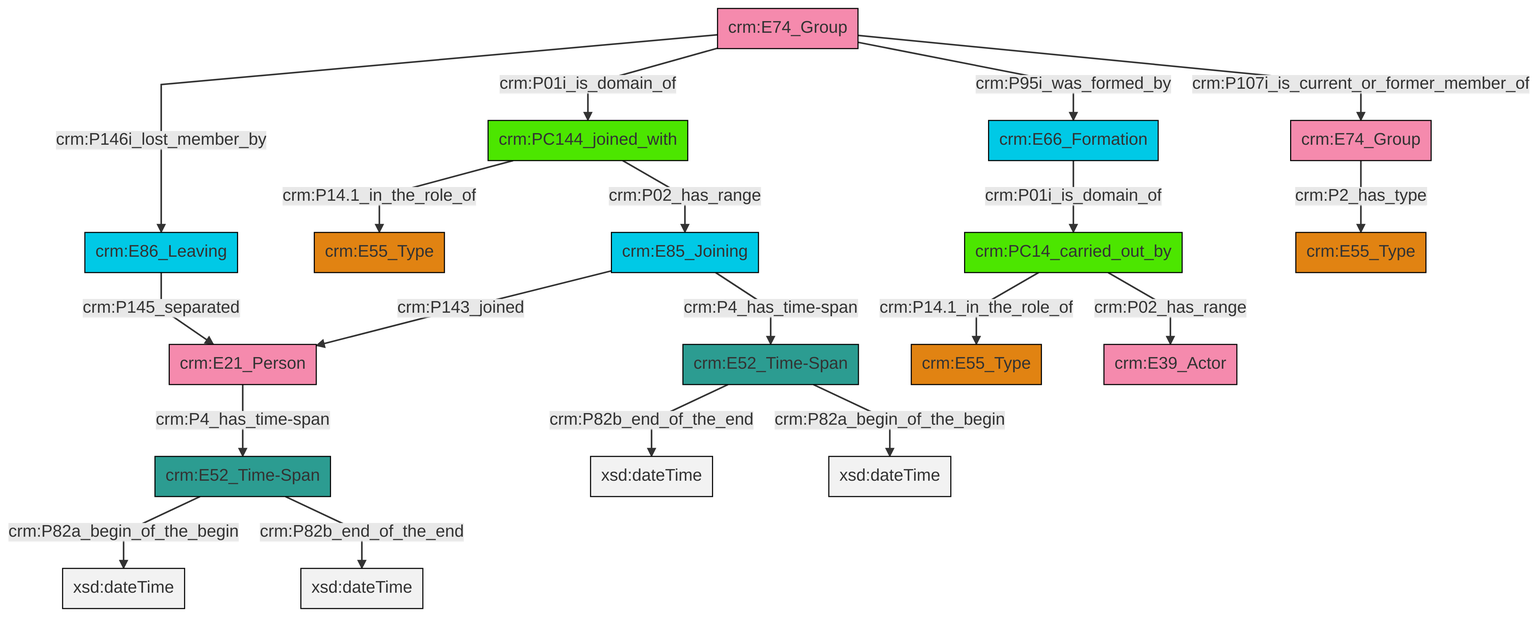
This is et/groupCSV/ttl/mmd/png/group_actor_relations.png from swiss-art-research-net/docs.swissartresearch, a Mermaid export, as it was before one commit. Its source is kept beside it as et/groupCSV/ttl/mmd/group_actor_relations.ttl.mmd.
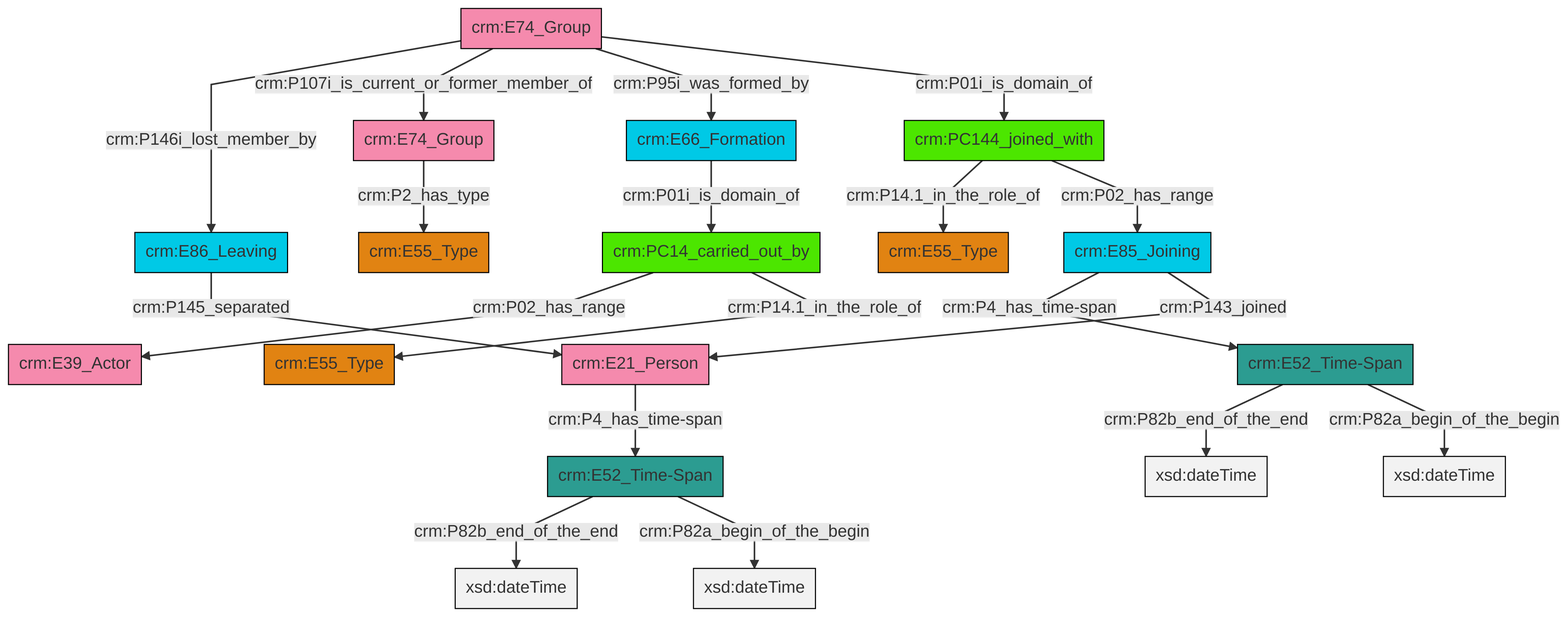
Later version of the same file.

The edit, as a diff of the source:
```diff
@@ -13,21 +13,21 @@
 classDef PC_Classes fill:#4ce600, stroke:#000000;
 classDef Multi fill:#cccccc,stroke:#000000;
 
-6["crm:PC14_carried_out_by"]:::PC_Classes -->|crm:P14.1_in_the_role_of| 7["crm:E55_Type"]:::Type
-14["crm:E74_Group"]:::Actor -->|crm:P146i_lost_member_by| 10["crm:E86_Leaving"]:::Temporal_Entity
-4["crm:E74_Group"]:::Actor -->|crm:P2_has_type| 0["crm:E55_Type"]:::Type
-14["crm:E74_Group"]:::Actor -->|crm:P01i_is_domain_of| 17["crm:PC144_joined_with"]:::PC_Classes
-18["crm:E52_Time-Span"]:::Time-Span -->|crm:P82b_end_of_the_end| 19[xsd:dateTime]:::Literal
-12["crm:E85_Joining"]:::Temporal_Entity -->|crm:P143_joined| 20["crm:E21_Person"]:::Actor
-17["crm:PC144_joined_with"]:::PC_Classes -->|crm:P14.1_in_the_role_of| 15["crm:E55_Type"]:::Type
-10["crm:E86_Leaving"]:::Temporal_Entity -->|crm:P145_separated| 20["crm:E21_Person"]:::Actor
-21["crm:E52_Time-Span"]:::Time-Span -->|crm:P82a_begin_of_the_begin| 22[xsd:dateTime]:::Literal
-20["crm:E21_Person"]:::Actor -->|crm:P4_has_time-span| 21["crm:E52_Time-Span"]:::Time-Span
-14["crm:E74_Group"]:::Actor -->|crm:P95i_was_formed_by| 24["crm:E66_Formation"]:::Temporal_Entity
-14["crm:E74_Group"]:::Actor -->|crm:P107i_is_current_or_former_member_of| 4["crm:E74_Group"]:::Actor
-17["crm:PC144_joined_with"]:::PC_Classes -->|crm:P02_has_range| 12["crm:E85_Joining"]:::Temporal_Entity
-6["crm:PC14_carried_out_by"]:::PC_Classes -->|crm:P02_has_range| 2["crm:E39_Actor"]:::Actor
-24["crm:E66_Formation"]:::Temporal_Entity -->|crm:P01i_is_domain_of| 6["crm:PC14_carried_out_by"]:::PC_Classes
-12["crm:E85_Joining"]:::Temporal_Entity -->|crm:P4_has_time-span| 18["crm:E52_Time-Span"]:::Time-Span
-18["crm:E52_Time-Span"]:::Time-Span -->|crm:P82a_begin_of_the_begin| 31[xsd:dateTime]:::Literal
-21["crm:E52_Time-Span"]:::Time-Span -->|crm:P82b_end_of_the_end| 33[xsd:dateTime]:::Literal
+0["crm:E52_Time-Span"]:::Time-Span -->|crm:P82b_end_of_the_end| 1[xsd:dateTime]:::Literal
+2["crm:PC144_joined_with"]:::PC_Classes -->|crm:P14.1_in_the_role_of| 3["crm:E55_Type"]:::Type
+5["crm:E85_Joining"]:::Temporal_Entity -->|crm:P4_has_time-span| 6["crm:E52_Time-Span"]:::Time-Span
+6["crm:E52_Time-Span"]:::Time-Span -->|crm:P82b_end_of_the_end| 7[xsd:dateTime]:::Literal
+0["crm:E52_Time-Span"]:::Time-Span -->|crm:P82a_begin_of_the_begin| 10[xsd:dateTime]:::Literal
+11["crm:E74_Group"]:::Actor -->|crm:P146i_lost_member_by| 13["crm:E86_Leaving"]:::Temporal_Entity
+2["crm:PC144_joined_with"]:::PC_Classes -->|crm:P02_has_range| 5["crm:E85_Joining"]:::Temporal_Entity
+14["crm:E74_Group"]:::Actor -->|crm:P2_has_type| 15["crm:E55_Type"]:::Type
+16["crm:PC14_carried_out_by"]:::PC_Classes -->|crm:P02_has_range| 17["crm:E39_Actor"]:::Actor
+6["crm:E52_Time-Span"]:::Time-Span -->|crm:P82a_begin_of_the_begin| 19[xsd:dateTime]:::Literal
+5["crm:E85_Joining"]:::Temporal_Entity -->|crm:P143_joined| 20["crm:E21_Person"]:::Actor
+16["crm:PC14_carried_out_by"]:::PC_Classes -->|crm:P14.1_in_the_role_of| 8["crm:E55_Type"]:::Type
+11["crm:E74_Group"]:::Actor -->|crm:P107i_is_current_or_former_member_of| 14["crm:E74_Group"]:::Actor
+24["crm:E66_Formation"]:::Temporal_Entity -->|crm:P01i_is_domain_of| 16["crm:PC14_carried_out_by"]:::PC_Classes
+20["crm:E21_Person"]:::Actor -->|crm:P4_has_time-span| 0["crm:E52_Time-Span"]:::Time-Span
+13["crm:E86_Leaving"]:::Temporal_Entity -->|crm:P145_separated| 20["crm:E21_Person"]:::Actor
+11["crm:E74_Group"]:::Actor -->|crm:P95i_was_formed_by| 24["crm:E66_Formation"]:::Temporal_Entity
+11["crm:E74_Group"]:::Actor -->|crm:P01i_is_domain_of| 2["crm:PC144_joined_with"]:::PC_Classes
```
